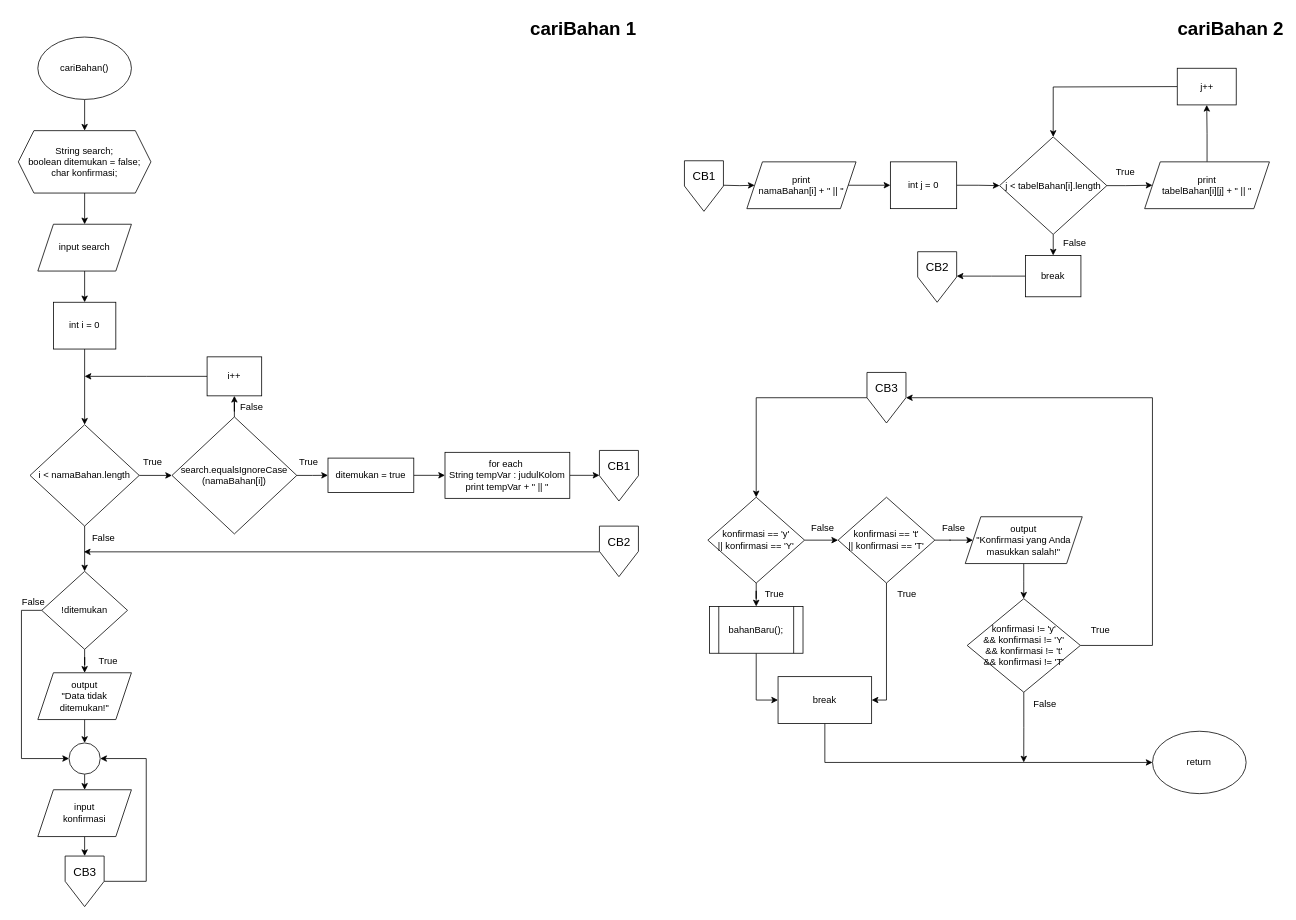
Before: page "cariBahan" (9 of 10) of Tugas Akhir/Flowchart.drawio in nhaidaar/daspro, a draw.io diagram. Source tidied: cells renumbered, new cells numbered last; positions are measured from the earlier drawing's top-left corner, leaving out a move shared by most shapes. Both pictures are drawn from the tidied source at 78%, with x=0, y=0 at pixel (13, 13).
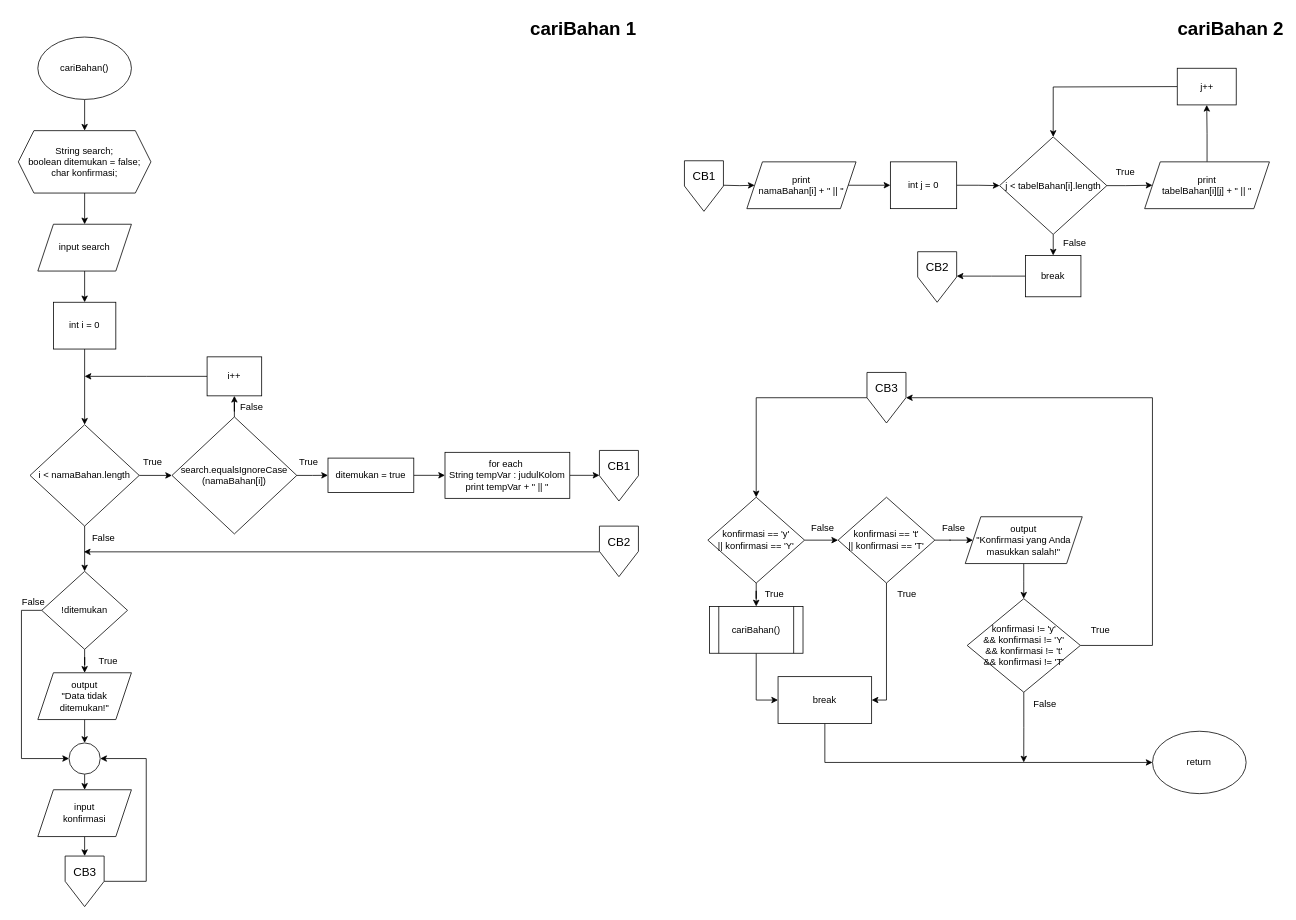
The same diagram, later.

Commit message:
BISMILLAH LANCARR

Diff of the diagram source:
```diff
@@
-    <mxCell id="59" value="bahanBaru();" style="shape=process;whiteSpace=wrap;html=1;backgroundOutline=1;" parent="1" vertex="1">
+    <mxCell id="59" value="cariBahan()" style="shape=process;whiteSpace=wrap;html=1;backgroundOutline=1;" parent="1" vertex="1">
       <mxGeometry x="892" y="760" width="120" height="60" as="geometry" />
     </mxCell>
```
